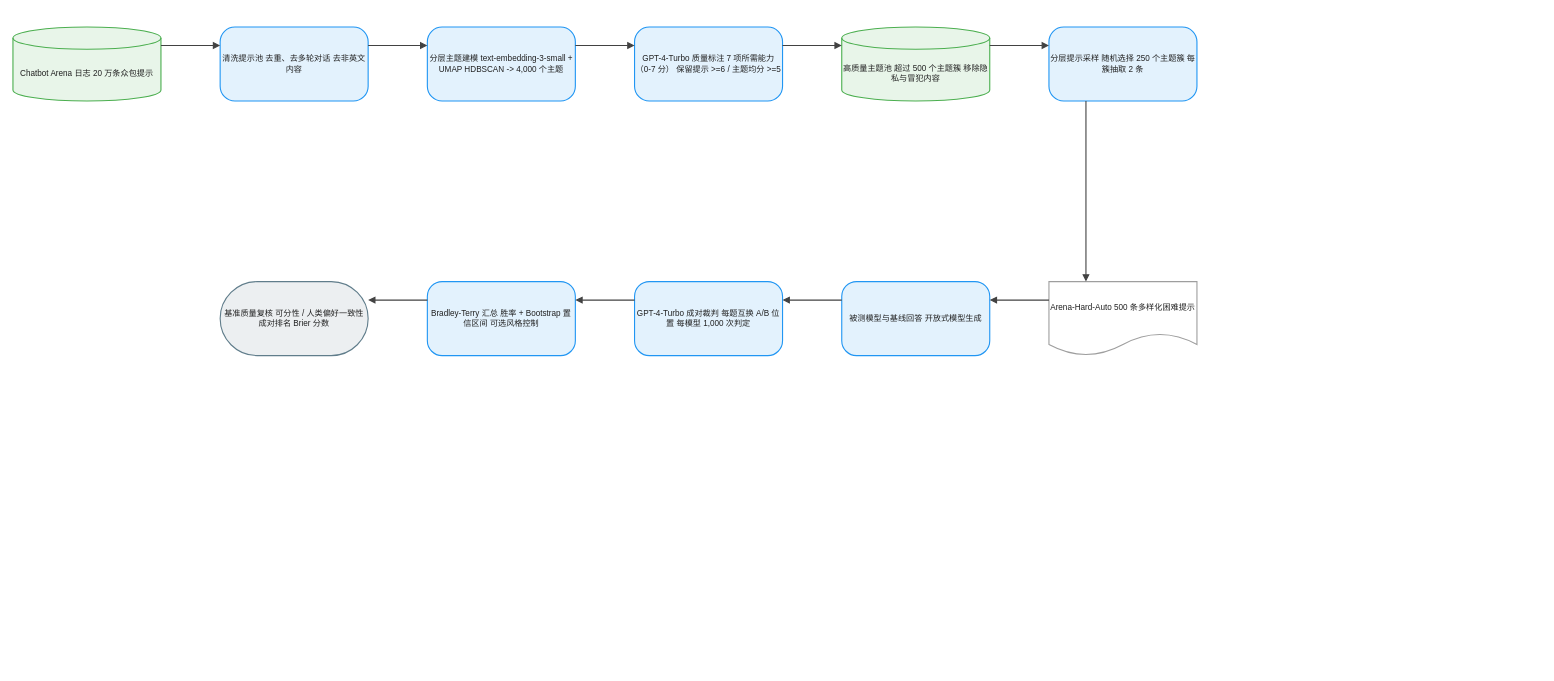
Earlier version of the draw.io diagram client/public/drawio/Arena-Hard/Arena-Hard.zh.drawio (joe1chief/benchmark-hub). Source tidied: cells renumbered, new cells numbered last; positions are measured from the earlier drawing's top-left corner, leaving out a move shared by most shapes. Both pictures are drawn from the tidied source at 74%, with x=0, y=0 at pixel (13, 27).
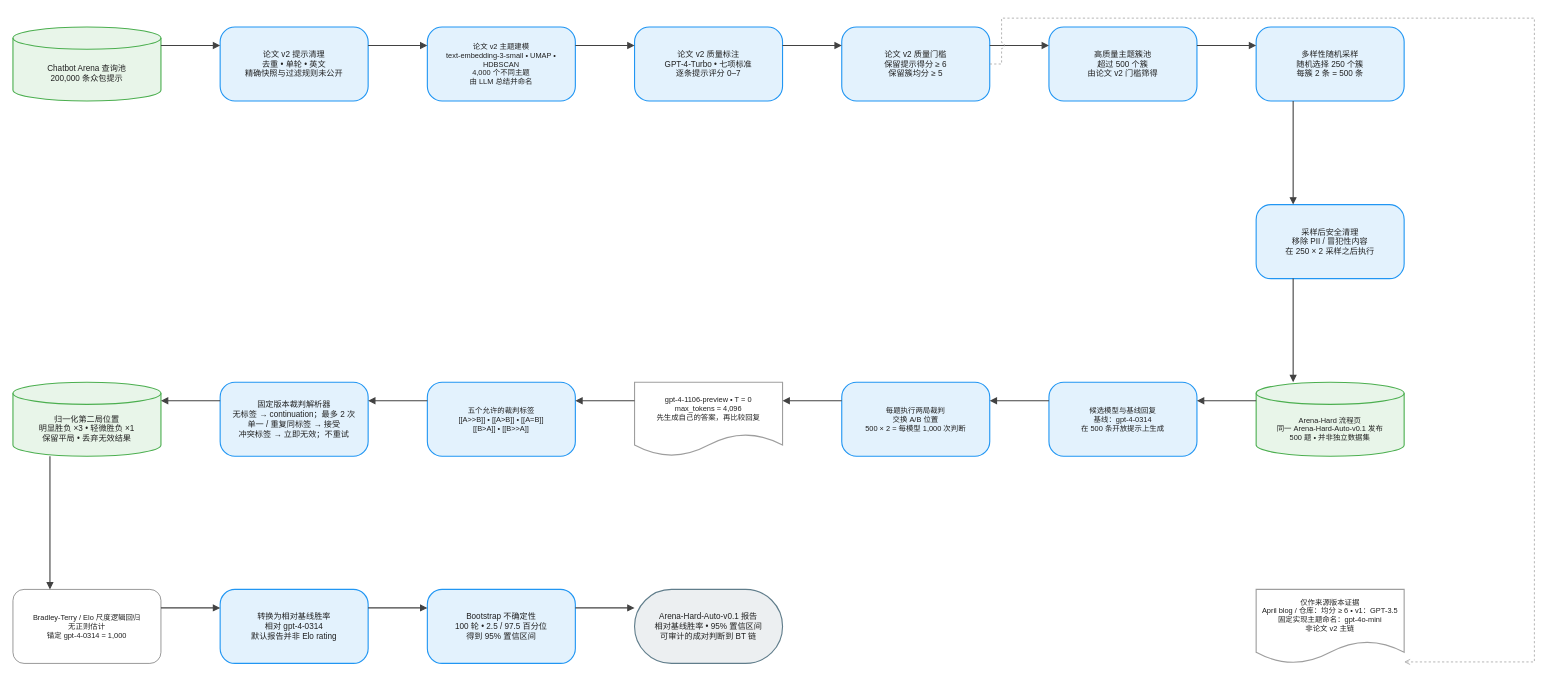
Above is the later version.

What changed in the source:
```diff
@@
-    <mxCell id="2" value="Chatbot Arena 日志 20 万条众包提示" style="shape=cylinder3;boundedLbl=1;backgroundOutline=1;size=15;html=1;whiteSpace=wrap;fillColor=#E8F5E9;strokeColor=#4CAF50;strokeWidth=1.5;fontColor=#212121;fontSize=11;fontFamily=Arial, Helvetica, sans-serif;verticalAlign=middle;align=center;" parent="1" vertex="1">
+    <mxCell id="2" value="Chatbot Arena 查询池&#10;200,000 条众包提示" style="shape=cylinder3;boundedLbl=1;backgroundOutline=1;size=15;html=0;convertToSvg=1;whiteSpace=wrap;fillColor=#E8F5E9;strokeColor=#4CAF50;strokeWidth=1.5;fontColor=#212121;fontSize=11;fontFamily=Arial, Helvetica, sans-serif;verticalAlign=middle;align=center;" parent="1" vertex="1">
       <mxGeometry width="200" height="100" as="geometry" />
     </mxCell>
-    <mxCell id="3" value="清洗提示池 去重、去多轮对话 去非英文内容" style="rounded=1;arcSize=20;html=1;whiteSpace=wrap;fillColor=#E3F2FD;strokeColor=#2196F3;strokeWidth=1.5;fontColor=#212121;fontSize=11;fontFamily=Arial, Helvetica, sans-serif;verticalAlign=middle;align=center;" parent="1" vertex="1">
+    <mxCell id="3" value="论文 v2 提示清理&#10;去重 • 单轮 • 英文&#10;精确快照与过滤规则未公开" style="rounded=1;arcSize=20;html=0;convertToSvg=1;whiteSpace=wrap;fillColor=#E3F2FD;strokeColor=#2196F3;strokeWidth=1.5;fontColor=#212121;fontSize=11;fontFamily=Arial, Helvetica, sans-serif;verticalAlign=middle;align=center;" parent="1" vertex="1">
       <mxGeometry x="280" width="200" height="100" as="geometry" />
     </mxCell>
-    <mxCell id="4" value="分层主题建模 text-embedding-3-small + UMAP HDBSCAN -&gt; 4,000 个主题" style="rounded=1;arcSize=20;html=1;whiteSpace=wrap;fillColor=#E3F2FD;strokeColor=#2196F3;strokeWidth=1.5;fontColor=#212121;fontSize=11;fontFamily=Arial, Helvetica, sans-serif;verticalAlign=middle;align=center;" parent="1" vertex="1">
+    <mxCell id="4" value="论文 v2 主题建模&#10;text-embedding-3-small • UMAP • HDBSCAN&#10;4,000 个不同主题&#10;由 LLM 总结并命名" style="rounded=1;arcSize=20;html=0;convertToSvg=1;whiteSpace=wrap;fillColor=#E3F2FD;strokeColor=#2196F3;strokeWidth=1.5;fontColor=#212121;fontSize=10;fontFamily=Arial, Helvetica, sans-serif;verticalAlign=middle;align=center;" parent="1" vertex="1">
       <mxGeometry x="560" width="200" height="100" as="geometry" />
     </mxCell>
-    <mxCell id="5" value="GPT-4-Turbo 质量标注 7 项所需能力（0-7 分） 保留提示 &gt;=6 / 主题均分 &gt;=5" style="rounded=1;arcSize=20;html=1;whiteSpace=wrap;fillColor=#E3F2FD;strokeColor=#2196F3;strokeWidth=1.5;fontColor=#212121;fontSize=11;fontFamily=Arial, Helvetica, sans-serif;verticalAlign=middle;align=center;" parent="1" vertex="1">
+    <mxCell id="5" value="论文 v2 质量标注&#10;GPT-4-Turbo • 七项标准&#10;逐条提示评分 0–7" style="rounded=1;arcSize=20;html=0;convertToSvg=1;whiteSpace=wrap;fillColor=#E3F2FD;strokeColor=#2196F3;strokeWidth=1.5;fontColor=#212121;fontSize=11;fontFamily=Arial, Helvetica, sans-serif;verticalAlign=middle;align=center;" parent="1" vertex="1">
       <mxGeometry x="840" width="200" height="100" as="geometry" />
     </mxCell>
-    <mxCell id="6" value="高质量主题池 超过 500 个主题簇 移除隐私与冒犯内容" style="shape=cylinder3;boundedLbl=1;backgroundOutline=1;size=15;html=1;whiteSpace=wrap;fillColor=#E8F5E9;strokeColor=#4CAF50;strokeWidth=1.5;fontColor=#212121;fontSize=11;fontFamily=Arial, Helvetica, sans-serif;verticalAlign=middle;align=center;" parent="1" vertex="1">
+    <mxCell id="6" value="论文 v2 质量门槛&#10;保留提示得分 ≥ 6&#10;保留簇均分 ≥ 5" style="rounded=1;arcSize=20;html=0;convertToSvg=1;whiteSpace=wrap;fillColor=#E3F2FD;strokeColor=#2196F3;strokeWidth=1.5;fontColor=#212121;fontSize=11;fontFamily=Arial, Helvetica, sans-serif;verticalAlign=middle;align=center;" parent="1" vertex="1">
       <mxGeometry x="1120" width="200" height="100" as="geometry" />
     </mxCell>
-    <mxCell id="7" value="分层提示采样 随机选择 250 个主题簇 每簇抽取 2 条" style="rounded=1;arcSize=20;html=1;whiteSpace=wrap;fillColor=#E3F2FD;strokeColor=#2196F3;strokeWidth=1.5;fontColor=#212121;fontSize=11;fontFamily=Arial, Helvetica, sans-serif;verticalAlign=middle;align=center;" parent="1" vertex="1">
+    <mxCell id="7" value="高质量主题簇池&#10;超过 500 个簇&#10;由论文 v2 门槛筛得" style="rounded=1;arcSize=20;html=0;convertToSvg=1;whiteSpace=wrap;fillColor=#E3F2FD;strokeColor=#2196F3;strokeWidth=1.5;fontColor=#212121;fontSize=11;fontFamily=Arial, Helvetica, sans-serif;verticalAlign=middle;align=center;" parent="1" vertex="1">
       <mxGeometry x="1400" width="200" height="100" as="geometry" />
     </mxCell>
-    <mxCell id="8" value="Arena-Hard-Auto 500 条多样化困难提示" style="shape=document;boundedLbl=1;html=1;whiteSpace=wrap;fillColor=#FFFFFF;strokeColor=#9E9E9E;strokeWidth=1.5;fontColor=#212121;fontSize=11;fontFamily=Arial, Helvetica, sans-serif;verticalAlign=middle;align=center;" parent="1" vertex="1">
-      <mxGeometry x="1400" y="344" width="200" height="100" as="geometry" />
+    <mxCell id="8" value="多样性随机采样&#10;随机选择 250 个簇&#10;每簇 2 条 = 500 条" style="rounded=1;arcSize=20;html=0;convertToSvg=1;whiteSpace=wrap;fillColor=#E3F2FD;strokeColor=#2196F3;strokeWidth=1.5;fontColor=#212121;fontSize=11;fontFamily=Arial, Helvetica, sans-serif;verticalAlign=middle;align=center;" parent="1" vertex="1">
+      <mxGeometry x="1680" width="200" height="100" as="geometry" />
     </mxCell>
-    <mxCell id="9" value="被测模型与基线回答 开放式模型生成" style="rounded=1;arcSize=20;html=1;whiteSpace=wrap;fillColor=#E3F2FD;strokeColor=#2196F3;strokeWidth=1.5;fontColor=#212121;fontSize=11;fontFamily=Arial, Helvetica, sans-serif;verticalAlign=middle;align=center;" parent="1" vertex="1">
-      <mxGeometry x="1120" y="344" width="200" height="100" as="geometry" />
+    <mxCell id="9" value="采样后安全清理&#10;移除 PII / 冒犯性内容&#10;在 250 × 2 采样之后执行" style="rounded=1;arcSize=20;html=0;convertToSvg=1;whiteSpace=wrap;fillColor=#E3F2FD;strokeColor=#2196F3;strokeWidth=1.5;fontColor=#212121;fontSize=11;fontFamily=Arial, Helvetica, sans-serif;verticalAlign=middle;align=center;" parent="1" vertex="1">
+      <mxGeometry x="1680" y="240" width="200" height="100" as="geometry" />
     </mxCell>
-    <mxCell id="10" value="GPT-4-Turbo 成对裁判 每题互换 A/B 位置 每模型 1,000 次判定" style="rounded=1;arcSize=20;html=1;whiteSpace=wrap;fillColor=#E3F2FD;strokeColor=#2196F3;strokeWidth=1.5;fontColor=#212121;fontSize=11;fontFamily=Arial, Helvetica, sans-serif;verticalAlign=middle;align=center;" parent="1" vertex="1">
-      <mxGeometry x="840" y="344" width="200" height="100" as="geometry" />
+    <mxCell id="10" value="Arena-Hard 流程页&#10;同一 Arena-Hard-Auto-v0.1 发布&#10;500 题 • 并非独立数据集" style="shape=cylinder3;boundedLbl=1;backgroundOutline=1;size=15;html=0;convertToSvg=1;whiteSpace=wrap;fillColor=#E8F5E9;strokeColor=#4CAF50;strokeWidth=1.5;fontColor=#212121;fontSize=10;fontFamily=Arial, Helvetica, sans-serif;verticalAlign=middle;align=center;" parent="1" vertex="1">
+      <mxGeometry x="1680" y="480" width="200" height="100" as="geometry" />
     </mxCell>
-    <mxCell id="11" value="Bradley-Terry 汇总 胜率 + Bootstrap 置信区间 可选风格控制" style="rounded=1;arcSize=20;html=1;whiteSpace=wrap;fillColor=#E3F2FD;strokeColor=#2196F3;strokeWidth=1.5;fontColor=#212121;fontSize=11;fontFamily=Arial, Helvetica, sans-serif;verticalAlign=middle;align=center;" parent="1" vertex="1">
-      <mxGeometry x="560" y="344" width="200" height="100" as="geometry" />
+    <mxCell id="11" value="候选模型与基线回复&#10;基线：gpt-4-0314&#10;在 500 条开放提示上生成" style="rounded=1;arcSize=20;html=0;convertToSvg=1;whiteSpace=wrap;fillColor=#E3F2FD;strokeColor=#2196F3;strokeWidth=1.5;fontColor=#212121;fontSize=10;fontFamily=Arial, Helvetica, sans-serif;verticalAlign=middle;align=center;" parent="1" vertex="1">
+      <mxGeometry x="1400" y="480" width="200" height="100" as="geometry" />
     </mxCell>
-    <mxCell id="12" value="基准质量复核 可分性 / 人类偏好一致性 成对排名 Brier 分数" style="rounded=1;arcSize=50;html=1;whiteSpace=wrap;fillColor=#ECEFF1;strokeColor=#607D8B;strokeWidth=1.5;fontColor=#212121;fontSize=11;fontFamily=Arial, Helvetica, sans-serif;verticalAlign=middle;align=center;" parent="1" vertex="1">
-      <mxGeometry x="280" y="344" width="200" height="100" as="geometry" />
+    <mxCell id="12" value="每题执行两局裁判&#10;交换 A/B 位置&#10;500 × 2 = 每模型 1,000 次判断" style="rounded=1;arcSize=20;html=0;convertToSvg=1;whiteSpace=wrap;fillColor=#E3F2FD;strokeColor=#2196F3;strokeWidth=1.5;fontColor=#212121;fontSize=10;fontFamily=Arial, Helvetica, sans-serif;verticalAlign=middle;align=center;" parent="1" vertex="1">
+      <mxGeometry x="1120" y="480" width="200" height="100" as="geometry" />
     </mxCell>
-    <mxCell id="13" style="edgeStyle=orthogonalEdgeStyle;rounded=0;jettySize=auto;html=1;strokeColor=#424242;strokeWidth=1.5;endArrow=block;endFill=1;exitX=1;exitY=0.25;exitDx=0;exitDy=0;entryX=0;entryY=0.25;entryDx=0;entryDy=0;jumpStyle=arc;jumpSize=8;" parent="1" edge="1" source="2" target="3">
-      <mxGeometry relative="1" as="geometry" />
+    <mxCell id="13" value="gpt-4-1106-preview • T = 0&#10;max_tokens = 4,096&#10;先生成自己的答案，再比较回复" style="shape=document;boundedLbl=1;html=0;convertToSvg=1;whiteSpace=wrap;fillColor=#FFFFFF;strokeColor=#9E9E9E;strokeWidth=1.5;fontColor=#212121;fontSize=10;fontFamily=Arial, Helvetica, sans-serif;verticalAlign=middle;align=center;" parent="1" vertex="1">
+      <mxGeometry x="840" y="480" width="200" height="100" as="geometry" />
     </mxCell>
-    <mxCell id="14" style="edgeStyle=orthogonalEdgeStyle;rounded=0;jettySize=auto;html=1;strokeColor=#424242;strokeWidth=1.5;endArrow=block;endFill=1;exitX=1;exitY=0.25;exitDx=0;exitDy=0;entryX=0;entryY=0.25;entryDx=0;entryDy=0;jumpStyle=arc;jumpSize=8;" parent="1" edge="1" source="3" target="4">
-      <mxGeometry relative="1" as="geometry" />
+    <mxCell id="14" value="五个允许的裁判标签&#10;[[A&gt;&gt;B]] • [[A&gt;B]] • [[A=B]]&#10;[[B&gt;A]] • [[B&gt;&gt;A]]" style="rounded=1;arcSize=20;html=0;convertToSvg=1;whiteSpace=wrap;fillColor=#E3F2FD;strokeColor=#2196F3;strokeWidth=1.5;fontColor=#212121;fontSize=10;fontFamily=Arial, Helvetica, sans-serif;verticalAlign=middle;align=center;" parent="1" vertex="1">
+      <mxGeometry x="560" y="480" width="200" height="100" as="geometry" />
     </mxCell>
-    <mxCell id="15" style="edgeStyle=orthogonalEdgeStyle;rounded=0;jettySize=auto;html=1;strokeColor=#424242;strokeWidth=1.5;endArrow=block;endFill=1;exitX=1;exitY=0.25;exitDx=0;exitDy=0;entryX=0;entryY=0.25;entryDx=0;entryDy=0;jumpStyle=arc;jumpSize=8;" parent="1" edge="1" source="4" target="5">
-      <mxGeometry relative="1" as="geometry" />
+    <mxCell id="15" value="固定版本裁判解析器&#10;无标签 → continuation；最多 2 次&#10;单一 / 重复同标签 → 接受&#10;冲突标签 → 立即无效；不重试" style="rounded=1;arcSize=20;html=0;convertToSvg=1;whiteSpace=wrap;fillColor=#E3F2FD;strokeColor=#2196F3;strokeWidth=1.5;fontColor=#212121;fontSize=11;fontFamily=Arial, Helvetica, sans-serif;verticalAlign=middle;align=center;" parent="1" vertex="1">
+      <mxGeometry x="280" y="480" width="200" height="100" as="geometry" />
     </mxCell>
-    <mxCell id="16" style="edgeStyle=orthogonalEdgeStyle;rounded=0;jettySize=auto;html=1;strokeColor=#424242;strokeWidth=1.5;endArrow=block;endFill=1;exitX=1;exitY=0.25;exitDx=0;exitDy=0;entryX=0;entryY=0.25;entryDx=0;entryDy=0;jumpStyle=arc;jumpSize=8;" parent="1" edge="1" source="5" target="6">
-      <mxGeometry relative="1" as="geometry" />
+    <mxCell id="16" value="归一化第二局位置&#10;明显胜负 ×3 • 轻微胜负 ×1&#10;保留平局 • 丢弃无效结果" style="shape=cylinder3;boundedLbl=1;backgroundOutline=1;size=15;html=0;convertToSvg=1;whiteSpace=wrap;fillColor=#E8F5E9;strokeColor=#4CAF50;strokeWidth=1.5;fontColor=#212121;fontSize=11;fontFamily=Arial, Helvetica, sans-serif;verticalAlign=middle;align=center;" parent="1" vertex="1">
+      <mxGeometry y="480" width="200" height="100" as="geometry" />
     </mxCell>
-    <mxCell id="17" style="edgeStyle=orthogonalEdgeStyle;rounded=0;jettySize=auto;html=1;strokeColor=#424242;strokeWidth=1.5;endArrow=block;endFill=1;exitX=1;exitY=0.25;exitDx=0;exitDy=0;entryX=0;entryY=0.25;entryDx=0;entryDy=0;jumpStyle=arc;jumpSize=8;" parent="1" edge="1" source="6" target="7">
-      <mxGeometry relative="1" as="geometry" />
+    <mxCell id="17" value="Bradley-Terry / Elo 尺度逻辑回归&#10;无正则估计&#10;锚定 gpt-4-0314 = 1,000" style="rounded=1;html=0;convertToSvg=1;whiteSpace=wrap;fillColor=#FFFFFF;strokeColor=#757575;strokeWidth=1;fontColor=#212121;fontSize=10;fontFamily=Arial, Helvetica, sans-serif;verticalAlign=middle;align=center;" parent="1" vertex="1">
+      <mxGeometry y="760" width="200" height="100" as="geometry" />
     </mxCell>
-    <mxCell id="18" style="edgeStyle=orthogonalEdgeStyle;rounded=0;jettySize=auto;html=1;strokeColor=#424242;strokeWidth=1.5;endArrow=block;endFill=1;exitX=0.25;exitY=1;exitDx=0;exitDy=0;entryX=0.25;entryY=0;entryDx=0;entryDy=0;jumpStyle=arc;jumpSize=8;" parent="1" edge="1" source="7" target="8">
-      <mxGeometry relative="1" as="geometry" />
+    <mxCell id="18" value="转换为相对基线胜率&#10;相对 gpt-4-0314&#10;默认报告并非 Elo rating" style="rounded=1;arcSize=20;html=0;convertToSvg=1;whiteSpace=wrap;fillColor=#E3F2FD;strokeColor=#2196F3;strokeWidth=1.5;fontColor=#212121;fontSize=11;fontFamily=Arial, Helvetica, sans-serif;verticalAlign=middle;align=center;" parent="1" vertex="1">
+      <mxGeometry x="280" y="760" width="200" height="100" as="geometry" />
     </mxCell>
-    <mxCell id="19" style="edgeStyle=orthogonalEdgeStyle;rounded=0;jettySize=auto;html=1;strokeColor=#424242;strokeWidth=1.5;endArrow=block;endFill=1;exitX=0;exitY=0.25;exitDx=0;exitDy=0;entryX=1;entryY=0.25;entryDx=0;entryDy=0;jumpStyle=arc;jumpSize=8;" parent="1" edge="1" source="8" target="9">
-      <mxGeometry relative="1" as="geometry" />
+    <mxCell id="19" value="Bootstrap 不确定性&#10;100 轮 • 2.5 / 97.5 百分位&#10;得到 95% 置信区间" style="rounded=1;arcSize=20;html=0;convertToSvg=1;whiteSpace=wrap;fillColor=#E3F2FD;strokeColor=#2196F3;strokeWidth=1.5;fontColor=#212121;fontSize=11;fontFamily=Arial, Helvetica, sans-serif;verticalAlign=middle;align=center;" parent="1" vertex="1">
+      <mxGeometry x="560" y="760" width="200" height="100" as="geometry" />
     </mxCell>
-    <mxCell id="20" style="edgeStyle=orthogonalEdgeStyle;rounded=0;jettySize=auto;html=1;strokeColor=#424242;strokeWidth=1.5;endArrow=block;endFill=1;exitX=0;exitY=0.25;exitDx=0;exitDy=0;entryX=1;entryY=0.25;entryDx=0;entryDy=0;jumpStyle=arc;jumpSize=8;" parent="1" edge="1" source="9" target="10">
-      <mxGeometry relative="1" as="geometry" />
+    <mxCell id="20" value="Arena-Hard-Auto-v0.1 报告&#10;相对基线胜率 • 95% 置信区间&#10;可审计的成对判断到 BT 链" style="rounded=1;arcSize=50;html=0;convertToSvg=1;whiteSpace=wrap;fillColor=#ECEFF1;strokeColor=#607D8B;strokeWidth=1.5;fontColor=#212121;fontSize=11;fontFamily=Arial, Helvetica, sans-serif;verticalAlign=middle;align=center;" parent="1" vertex="1">
+      <mxGeometry x="840" y="760" width="200" height="100" as="geometry" />
     </mxCell>
-    <mxCell id="21" style="edgeStyle=orthogonalEdgeStyle;rounded=0;jettySize=auto;html=1;strokeColor=#424242;strokeWidth=1.5;endArrow=block;endFill=1;exitX=0;exitY=0.25;exitDx=0;exitDy=0;entryX=1;entryY=0.25;entryDx=0;entryDy=0;jumpStyle=arc;jumpSize=8;" parent="1" edge="1" source="10" target="11">
-      <mxGeometry relative="1" as="geometry" />
+    <mxCell id="21" value="仅作来源版本证据&#10;April blog / 仓库：均分 ≥ 6 • v1：GPT-3.5&#10;固定实现主题命名：gpt-4o-mini&#10;非论文 v2 主链" style="shape=document;boundedLbl=1;html=0;convertToSvg=1;whiteSpace=wrap;fillColor=#FFFFFF;strokeColor=#9E9E9E;strokeWidth=1.5;fontColor=#212121;fontSize=10;fontFamily=Arial, Helvetica, sans-serif;verticalAlign=middle;align=center;" parent="1" vertex="1">
+      <mxGeometry x="1680" y="760" width="200" height="100" as="geometry" />
     </mxCell>
-    <mxCell id="22" style="edgeStyle=orthogonalEdgeStyle;rounded=0;jettySize=auto;html=1;strokeColor=#424242;strokeWidth=1.5;endArrow=block;endFill=1;exitX=0;exitY=0.25;exitDx=0;exitDy=0;entryX=1;entryY=0.25;entryDx=0;entryDy=0;jumpStyle=arc;jumpSize=8;" parent="1" edge="1" source="11" target="12">
+    <mxCell id="22" style="edgeStyle=orthogonalEdgeStyle;rounded=0;jettySize=auto;html=0;convertToSvg=1;strokeColor=#424242;strokeWidth=1.5;endArrow=block;endFill=1;exitX=1;exitY=0.25;exitDx=0;exitDy=0;entryX=0;entryY=0.25;entryDx=0;entryDy=0;jumpStyle=arc;jumpSize=8;" parent="1" edge="1" source="2" target="3">
       <mxGeometry relative="1" as="geometry" />
     </mxCell>
+    <mxCell id="23" style="edgeStyle=orthogonalEdgeStyle;rounded=0;jettySize=auto;html=0;convertToSvg=1;strokeColor=#424242;strokeWidth=1.5;endArrow=block;endFill=1;exitX=1;exitY=0.25;exitDx=0;exitDy=0;entryX=0;entryY=0.25;entryDx=0;entryDy=0;jumpStyle=arc;jumpSize=8;" parent="1" edge="1" source="3" target="4">
+      <mxGeometry relative="1" as="geometry" />
+    </mxCell>
+    <mxCell id="24" style="edgeStyle=orthogonalEdgeStyle;rounded=0;jettySize=auto;html=0;convertToSvg=1;strokeColor=#424242;strokeWidth=1.5;endArrow=block;endFill=1;exitX=1;exitY=0.25;exitDx=0;exitDy=0;entryX=0;entryY=0.25;entryDx=0;entryDy=0;jumpStyle=arc;jumpSize=8;" parent="1" edge="1" source="4" target="5">
+      <mxGeometry relative="1" as="geometry" />
+    </mxCell>
+    <mxCell id="25" style="edgeStyle=orthogonalEdgeStyle;rounded=0;jettySize=auto;html=0;convertToSvg=1;strokeColor=#424242;strokeWidth=1.5;endArrow=block;endFill=1;exitX=1;exitY=0.25;exitDx=0;exitDy=0;entryX=0;entryY=0.25;entryDx=0;entryDy=0;jumpStyle=arc;jumpSize=8;" parent="1" edge="1" source="5" target="6">
+      <mxGeometry relative="1" as="geometry" />
+    </mxCell>
+    <mxCell id="26" style="edgeStyle=orthogonalEdgeStyle;rounded=0;jettySize=auto;html=0;convertToSvg=1;strokeColor=#424242;strokeWidth=1.5;endArrow=block;endFill=1;exitX=1;exitY=0.25;exitDx=0;exitDy=0;entryX=0;entryY=0.25;entryDx=0;entryDy=0;jumpStyle=arc;jumpSize=8;" parent="1" edge="1" source="6" target="7">
+      <mxGeometry relative="1" as="geometry" />
+    </mxCell>
+    <mxCell id="27" style="edgeStyle=orthogonalEdgeStyle;rounded=0;jettySize=auto;html=0;convertToSvg=1;strokeColor=#424242;strokeWidth=1.5;endArrow=block;endFill=1;exitX=1;exitY=0.25;exitDx=0;exitDy=0;entryX=0;entryY=0.25;entryDx=0;entryDy=0;jumpStyle=arc;jumpSize=8;" parent="1" edge="1" source="7" target="8">
+      <mxGeometry relative="1" as="geometry" />
+    </mxCell>
+    <mxCell id="28" style="edgeStyle=orthogonalEdgeStyle;rounded=0;jettySize=auto;html=0;convertToSvg=1;strokeColor=#424242;strokeWidth=1.5;endArrow=block;endFill=1;exitX=0.25;exitY=1;exitDx=0;exitDy=0;entryX=0.25;entryY=0;entryDx=0;entryDy=0;jumpStyle=arc;jumpSize=8;" parent="1" edge="1" source="8" target="9">
+      <mxGeometry relative="1" as="geometry" />
+    </mxCell>
+    <mxCell id="29" style="edgeStyle=orthogonalEdgeStyle;rounded=0;jettySize=auto;html=0;convertToSvg=1;strokeColor=#424242;strokeWidth=1.5;endArrow=block;endFill=1;exitX=0.25;exitY=1;exitDx=0;exitDy=0;entryX=0.25;entryY=0;entryDx=0;entryDy=0;jumpStyle=arc;jumpSize=8;" parent="1" edge="1" source="9" target="10">
+      <mxGeometry relative="1" as="geometry" />
+    </mxCell>
+    <mxCell id="30" style="edgeStyle=orthogonalEdgeStyle;rounded=0;jettySize=auto;html=0;convertToSvg=1;strokeColor=#424242;strokeWidth=1.5;endArrow=block;endFill=1;exitX=0;exitY=0.25;exitDx=0;exitDy=0;entryX=1;entryY=0.25;entryDx=0;entryDy=0;jumpStyle=arc;jumpSize=8;" parent="1" edge="1" source="10" target="11">
+      <mxGeometry relative="1" as="geometry" />
+    </mxCell>
+    <mxCell id="31" style="edgeStyle=orthogonalEdgeStyle;rounded=0;jettySize=auto;html=0;convertToSvg=1;strokeColor=#424242;strokeWidth=1.5;endArrow=block;endFill=1;exitX=0;exitY=0.25;exitDx=0;exitDy=0;entryX=1;entryY=0.25;entryDx=0;entryDy=0;jumpStyle=arc;jumpSize=8;" parent="1" edge="1" source="11" target="12">
+      <mxGeometry relative="1" as="geometry" />
+    </mxCell>
+    <mxCell id="32" style="edgeStyle=orthogonalEdgeStyle;rounded=0;jettySize=auto;html=0;convertToSvg=1;strokeColor=#424242;strokeWidth=1.5;endArrow=block;endFill=1;exitX=0;exitY=0.25;exitDx=0;exitDy=0;entryX=1;entryY=0.25;entryDx=0;entryDy=0;jumpStyle=arc;jumpSize=8;" parent="1" edge="1" source="12" target="13">
+      <mxGeometry relative="1" as="geometry" />
+    </mxCell>
+    <mxCell id="33" style="edgeStyle=orthogonalEdgeStyle;rounded=0;jettySize=auto;html=0;convertToSvg=1;strokeColor=#424242;strokeWidth=1.5;endArrow=block;endFill=1;exitX=0;exitY=0.25;exitDx=0;exitDy=0;entryX=1;entryY=0.25;entryDx=0;entryDy=0;jumpStyle=arc;jumpSize=8;" parent="1" edge="1" source="13" target="14">
+      <mxGeometry relative="1" as="geometry" />
+    </mxCell>
+    <mxCell id="34" style="edgeStyle=orthogonalEdgeStyle;rounded=0;jettySize=auto;html=0;convertToSvg=1;strokeColor=#424242;strokeWidth=1.5;endArrow=block;endFill=1;exitX=0;exitY=0.25;exitDx=0;exitDy=0;entryX=1;entryY=0.25;entryDx=0;entryDy=0;jumpStyle=arc;jumpSize=8;" parent="1" edge="1" source="14" target="15">
+      <mxGeometry relative="1" as="geometry" />
+    </mxCell>
+    <mxCell id="35" style="edgeStyle=orthogonalEdgeStyle;rounded=0;jettySize=auto;html=0;convertToSvg=1;strokeColor=#424242;strokeWidth=1.5;endArrow=block;endFill=1;exitX=0;exitY=0.25;exitDx=0;exitDy=0;entryX=1;entryY=0.25;entryDx=0;entryDy=0;jumpStyle=arc;jumpSize=8;" parent="1" edge="1" source="15" target="16">
+      <mxGeometry relative="1" as="geometry" />
+    </mxCell>
+    <mxCell id="36" style="edgeStyle=orthogonalEdgeStyle;rounded=0;jettySize=auto;html=0;convertToSvg=1;strokeColor=#424242;strokeWidth=1.5;endArrow=block;endFill=1;exitX=0.25;exitY=1;exitDx=0;exitDy=0;entryX=0.25;entryY=0;entryDx=0;entryDy=0;jumpStyle=arc;jumpSize=8;" parent="1" edge="1" source="16" target="17">
+      <mxGeometry relative="1" as="geometry" />
+    </mxCell>
+    <mxCell id="37" style="edgeStyle=orthogonalEdgeStyle;rounded=0;jettySize=auto;html=0;convertToSvg=1;strokeColor=#424242;strokeWidth=1.5;endArrow=block;endFill=1;exitX=1;exitY=0.25;exitDx=0;exitDy=0;entryX=0;entryY=0.25;entryDx=0;entryDy=0;jumpStyle=arc;jumpSize=8;" parent="1" edge="1" source="17" target="18">
+      <mxGeometry relative="1" as="geometry" />
+    </mxCell>
+    <mxCell id="38" style="edgeStyle=orthogonalEdgeStyle;rounded=0;jettySize=auto;html=0;convertToSvg=1;strokeColor=#424242;strokeWidth=1.5;endArrow=block;endFill=1;exitX=1;exitY=0.25;exitDx=0;exitDy=0;entryX=0;entryY=0.25;entryDx=0;entryDy=0;jumpStyle=arc;jumpSize=8;" parent="1" edge="1" source="18" target="19">
+      <mxGeometry relative="1" as="geometry" />
+    </mxCell>
+    <mxCell id="39" style="edgeStyle=orthogonalEdgeStyle;rounded=0;jettySize=auto;html=0;convertToSvg=1;strokeColor=#424242;strokeWidth=1.5;endArrow=block;endFill=1;exitX=1;exitY=0.25;exitDx=0;exitDy=0;entryX=0;entryY=0.25;entryDx=0;entryDy=0;jumpStyle=arc;jumpSize=8;" parent="1" edge="1" source="19" target="20">
+      <mxGeometry relative="1" as="geometry" />
+    </mxCell>
+    <mxCell id="40" style="edgeStyle=orthogonalEdgeStyle;rounded=0;jettySize=auto;html=0;convertToSvg=1;strokeColor=#9E9E9E;strokeWidth=1;endArrow=open;endFill=0;dashed=1;dashPattern=3 3;jumpStyle=arc;jumpSize=8;" parent="1" edge="1" source="6" target="21">
+      <mxGeometry relative="1" as="geometry">
+        <Array as="points">
+          <mxPoint x="1336" y="-12" />
+          <mxPoint x="2056" y="-12" />
+          <mxPoint x="2056" y="858" />
+        </Array>
+      </mxGeometry>
+    </mxCell>
```
